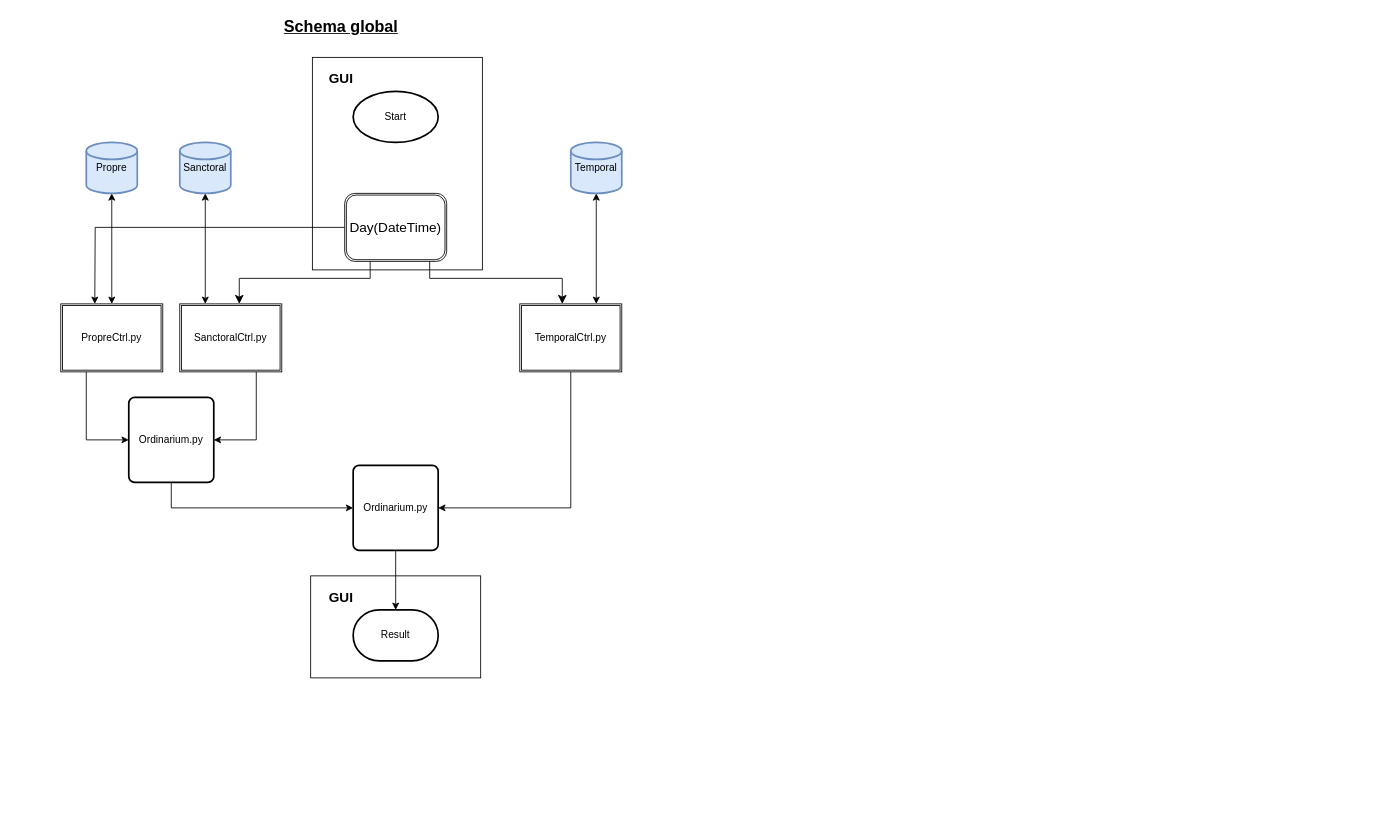
Before: doc/Core_initial.drawio in Eclouf/OrdoRomanum, a draw.io diagram. Source tidied: cells renumbered, new cells numbered last; positions are measured from the earlier drawing's top-left corner, leaving out a move shared by most shapes. Both pictures are drawn from the tidied source at 85%, with x=0, y=0 at pixel (60, 14).
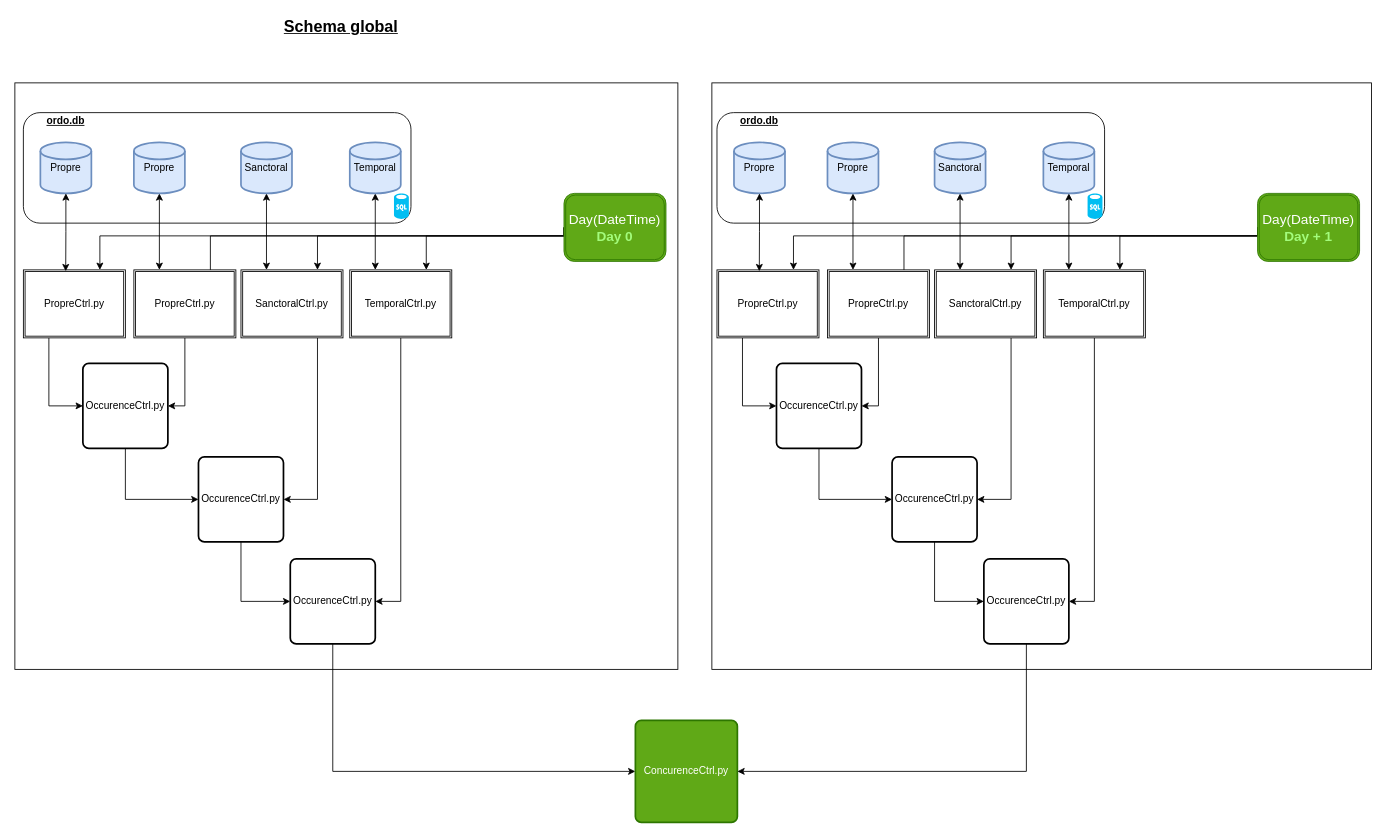
After the change.

What changed in the source:
```diff
@@
-    <mxCell id="2" style="rounded=0;whiteSpace=wrap;html=1;" parent="1" vertex="1">
-      <mxGeometry x="294" y="660" width="200" height="120" as="geometry" />
-    </mxCell>
-    <mxCell id="3" style="rounded=0;whiteSpace=wrap;html=1;" parent="1" vertex="1">
-      <mxGeometry x="296" y="50" width="200" height="250" as="geometry" />
-    </mxCell>
-    <mxCell id="4" style="edgeStyle=orthogonalEdgeStyle;rounded=0;jettySize=auto;html=1;exitX=0;exitY=0.5;exitDx=0;exitDy=0;" parent="1" edge="1" source="5">
-      <mxGeometry relative="1" as="geometry">
-        <mxPoint x="40" y="340" as="targetPoint" />
-      </mxGeometry>
-    </mxCell>
+    <mxCell id="31" style="rounded=0;whiteSpace=wrap;html=1;" parent="1" vertex="1">
+      <mxGeometry x="766" y="80" width="776" height="690" as="geometry" />
+    </mxCell>
+    <mxCell id="32" style="rounded=0;whiteSpace=wrap;html=1;" parent="1" vertex="1">
+      <mxGeometry x="-54" y="80" width="780" height="690" as="geometry" />
+    </mxCell>
+    <mxCell id="33" style="rounded=1;whiteSpace=wrap;html=1;fillColor=none;" parent="1" vertex="1">
+      <mxGeometry x="-44" y="115" width="456" height="130" as="geometry" />
+    </mxCell>
+    <mxCell id="34" style="edgeStyle=orthogonalEdgeStyle;rounded=0;orthogonalLoop=1;jettySize=auto;html=1;exitX=0;exitY=0.5;exitDx=0;exitDy=0;entryX=0.75;entryY=0;entryDx=0;entryDy=0;" parent="1" edge="1">
+      <mxGeometry relative="1" as="geometry">
+        <mxPoint x="592" y="260" as="sourcePoint" />
+        <mxPoint x="176" y="310" as="targetPoint" />
+        <Array as="points">
+          <mxPoint x="472" y="260" />
+          <mxPoint x="176" y="260" />
+        </Array>
+      </mxGeometry>
+    </mxCell>
+    <mxCell id="35" style="edgeStyle=orthogonalEdgeStyle;rounded=0;jettySize=auto;html=1;exitX=0;exitY=0.5;exitDx=0;exitDy=0;entryX=0.75;entryY=0;entryDx=0;entryDy=0;" parent="1" edge="1" source="5" target="45">
+      <mxGeometry relative="1" as="geometry">
+        <Array as="points">
+          <mxPoint x="592" y="260" />
+          <mxPoint x="46" y="260" />
+        </Array>
+      </mxGeometry>
+    </mxCell>
+    <mxCell id="36" style="edgeStyle=orthogonalEdgeStyle;rounded=0;jettySize=auto;html=1;exitX=0;exitY=0.5;exitDx=0;exitDy=0;entryX=0.75;entryY=0;entryDx=0;entryDy=0;" parent="1" edge="1" source="5" target="9">
+      <mxGeometry relative="1" as="geometry">
+        <Array as="points">
+          <mxPoint x="592" y="260" />
+          <mxPoint x="302" y="260" />
+        </Array>
+      </mxGeometry>
+    </mxCell>
+    <mxCell id="37" style="edgeStyle=orthogonalEdgeStyle;rounded=0;jettySize=auto;html=1;exitX=0;exitY=0.5;exitDx=0;exitDy=0;entryX=0.75;entryY=0;entryDx=0;entryDy=0;" parent="1" edge="1" source="5" target="11">
+      <mxGeometry relative="1" as="geometry">
+        <Array as="points">
+          <mxPoint x="592" y="260" />
+          <mxPoint x="430" y="260" />
+        </Array>
+      </mxGeometry>
+    </mxCell>
-    <mxCell id="5" value="&lt;font style=&quot;font-size: 16px;&quot;&gt;Day(DateTime)&lt;/font&gt;" style="shape=ext;double=1;rounded=1;whiteSpace=wrap;html=1;" parent="1" vertex="1">
-      <mxGeometry x="334" y="210" width="120" height="80" as="geometry" />
+    <mxCell id="5" value="&lt;font style=&quot;font-size: 16px;&quot;&gt;Day(DateTime)&lt;/font&gt;&lt;div&gt;&lt;font color=&quot;#a3fc7c&quot; style=&quot;font-size: 16px;&quot;&gt;&lt;b&gt;Day 0&lt;/b&gt;&lt;/font&gt;&lt;/div&gt;" style="shape=ext;double=1;rounded=1;whiteSpace=wrap;html=1;fillColor=#60a917;strokeColor=#2D7600;fontColor=#ffffff;" parent="1" vertex="1">
+      <mxGeometry x="592" y="210" width="120" height="80" as="geometry" />
     </mxCell>
-    <mxCell id="6" style="edgeStyle=elbowEdgeStyle;elbow=vertical;endArrow=classic;html=1;curved=0;rounded=0;endSize=8;startSize=8;exitX=0.25;exitY=1;exitDx=0;exitDy=0;" parent="1" edge="1" source="5">
-      <mxGeometry relative="1" as="geometry">
-        <mxPoint x="210" y="340" as="targetPoint" />
-        <Array as="points">
-          <mxPoint x="280" y="310" />
-        </Array>
-      </mxGeometry>
-    </mxCell>
-    <mxCell id="7" style="edgeStyle=elbowEdgeStyle;elbow=vertical;endArrow=classic;html=1;curved=0;rounded=0;endSize=8;startSize=8;exitX=0.25;exitY=1;exitDx=0;exitDy=0;" parent="1" edge="1">
-      <mxGeometry relative="1" as="geometry">
-        <mxPoint x="434" y="290" as="sourcePoint" />
-        <mxPoint x="590" y="340" as="targetPoint" />
-        <Array as="points">
-          <mxPoint x="510" y="310" />
-        </Array>
-      </mxGeometry>
-    </mxCell>
@@
     <mxCell id="9" value="SanctoralCtrl.py" style="shape=ext;double=1;rounded=0;whiteSpace=wrap;html=1;" parent="1" vertex="1">
-      <mxGeometry x="140" y="340" width="120" height="80" as="geometry" />
+      <mxGeometry x="212" y="300" width="120" height="80" as="geometry" />
     </mxCell>
@@
     <mxCell id="11" value="TemporalCtrl.py" style="shape=ext;double=1;rounded=0;whiteSpace=wrap;html=1;" parent="1" vertex="1">
-      <mxGeometry x="540" y="340" width="120" height="80" as="geometry" />
+      <mxGeometry x="340" y="300" width="120" height="80" as="geometry" />
     </mxCell>
-    <mxCell id="12" style="edgeStyle=orthogonalEdgeStyle;rounded=0;jettySize=auto;html=1;exitX=0.25;exitY=1;exitDx=0;exitDy=0;entryX=0;entryY=0.5;entryDx=0;entryDy=0;" parent="1" edge="1" source="13" target="23">
-      <mxGeometry relative="1" as="geometry" />
-    </mxCell>
+    <mxCell id="38" style="edgeStyle=orthogonalEdgeStyle;rounded=0;jettySize=auto;html=1;exitX=0.5;exitY=1;exitDx=0;exitDy=0;entryX=1;entryY=0.5;entryDx=0;entryDy=0;" parent="1" edge="1" source="13" target="48">
+      <mxGeometry relative="1" as="geometry" />
+    </mxCell>
     <mxCell id="13" value="PropreCtrl.py" style="shape=ext;double=1;rounded=0;whiteSpace=wrap;html=1;" parent="1" vertex="1">
-      <mxGeometry y="340" width="120" height="80" as="geometry" />
+      <mxGeometry x="86" y="300" width="120" height="80" as="geometry" />
     </mxCell>
-    <mxCell id="14" style="edgeStyle=orthogonalEdgeStyle;rounded=0;jettySize=auto;html=1;exitX=0.5;exitY=1;exitDx=0;exitDy=0;exitPerimeter=0;entryX=0.5;entryY=0;entryDx=0;entryDy=0;startArrow=classic;startFill=1;" parent="1" edge="1" source="15" target="13">
+    <mxCell id="14" style="edgeStyle=orthogonalEdgeStyle;rounded=0;jettySize=auto;html=1;exitX=0.5;exitY=1;exitDx=0;exitDy=0;exitPerimeter=0;entryX=0.25;entryY=0;entryDx=0;entryDy=0;startArrow=classic;startFill=1;" parent="1" edge="1" source="15" target="13">
       <mxGeometry relative="1" as="geometry" />
     </mxCell>
     <mxCell id="15" value="Propre" style="strokeWidth=2;html=1;shape=mxgraph.flowchart.database;whiteSpace=wrap;fillColor=#dae8fc;strokeColor=#6c8ebf;" parent="1" vertex="1">
-      <mxGeometry x="30" y="150" width="60" height="60" as="geometry" />
+      <mxGeometry x="86" y="150" width="60" height="60" as="geometry" />
     </mxCell>
@@
     <mxCell id="17" value="Sanctoral" style="strokeWidth=2;html=1;shape=mxgraph.flowchart.database;whiteSpace=wrap;fillColor=#dae8fc;strokeColor=#6c8ebf;" parent="1" vertex="1">
-      <mxGeometry x="140" y="150" width="60" height="60" as="geometry" />
+      <mxGeometry x="212" y="150" width="60" height="60" as="geometry" />
     </mxCell>
-    <mxCell id="18" style="edgeStyle=orthogonalEdgeStyle;rounded=0;jettySize=auto;html=1;exitX=0.5;exitY=1;exitDx=0;exitDy=0;exitPerimeter=0;entryX=0.75;entryY=0;entryDx=0;entryDy=0;startArrow=classic;startFill=1;" parent="1" edge="1" source="19" target="11">
+    <mxCell id="18" style="edgeStyle=orthogonalEdgeStyle;rounded=0;jettySize=auto;html=1;exitX=0.5;exitY=1;exitDx=0;exitDy=0;exitPerimeter=0;entryX=0.25;entryY=0;entryDx=0;entryDy=0;startArrow=classic;startFill=1;" parent="1" edge="1" source="19" target="11">
       <mxGeometry relative="1" as="geometry" />
     </mxCell>
     <mxCell id="19" value="Temporal" style="strokeWidth=2;html=1;shape=mxgraph.flowchart.database;whiteSpace=wrap;fillColor=#dae8fc;strokeColor=#6c8ebf;" parent="1" vertex="1">
-      <mxGeometry x="600" y="150" width="60" height="60" as="geometry" />
+      <mxGeometry x="340" y="150" width="60" height="60" as="geometry" />
     </mxCell>
@@
-    <mxCell id="23" value="Ordinarium.py" style="rounded=1;whiteSpace=wrap;html=1;absoluteArcSize=1;arcSize=14;strokeWidth=2;" parent="1" vertex="1">
-      <mxGeometry x="80" y="450" width="100" height="100" as="geometry" />
+    <mxCell id="23" value="OccurenceCtrl.py" style="rounded=1;whiteSpace=wrap;html=1;absoluteArcSize=1;arcSize=14;strokeWidth=2;" parent="1" vertex="1">
+      <mxGeometry x="162" y="520" width="100" height="100" as="geometry" />
     </mxCell>
-    <mxCell id="24" style="edgeStyle=orthogonalEdgeStyle;rounded=0;jettySize=auto;html=1;exitX=0.5;exitY=1;exitDx=0;exitDy=0;entryX=0.5;entryY=0;entryDx=0;entryDy=0;entryPerimeter=0;" parent="1" edge="1" source="25" target="27">
-      <mxGeometry relative="1" as="geometry" />
-    </mxCell>
+    <mxCell id="39" style="edgeStyle=orthogonalEdgeStyle;rounded=0;jettySize=auto;html=1;exitX=0.5;exitY=1;exitDx=0;exitDy=0;entryX=0;entryY=0.5;entryDx=0;entryDy=0;" parent="1" edge="1" source="25" target="41">
+      <mxGeometry relative="1" as="geometry" />
+    </mxCell>
-    <mxCell id="25" value="Ordinarium.py" style="rounded=1;whiteSpace=wrap;html=1;absoluteArcSize=1;arcSize=14;strokeWidth=2;" parent="1" vertex="1">
-      <mxGeometry x="344" y="530" width="100" height="100" as="geometry" />
+    <mxCell id="25" value="OccurenceCtrl.py" style="rounded=1;whiteSpace=wrap;html=1;absoluteArcSize=1;arcSize=14;strokeWidth=2;" parent="1" vertex="1">
+      <mxGeometry x="270" y="640" width="100" height="100" as="geometry" />
     </mxCell>
-    <mxCell id="26" value="Start" style="strokeWidth=2;html=1;shape=mxgraph.flowchart.start_1;whiteSpace=wrap;" parent="1" vertex="1">
-      <mxGeometry x="344" y="90" width="100" height="60" as="geometry" />
-    </mxCell>
-    <mxCell id="27" value="Result" style="strokeWidth=2;html=1;shape=mxgraph.flowchart.terminator;whiteSpace=wrap;" parent="1" vertex="1">
-      <mxGeometry x="344" y="700" width="100" height="60" as="geometry" />
-    </mxCell>
-    <mxCell id="28" value="&lt;font style=&quot;font-size: 16px;&quot;&gt;&lt;b&gt;GUI&lt;/b&gt;&lt;/font&gt;" style="text;html=1;align=center;verticalAlign=middle;whiteSpace=wrap;rounded=0;" parent="1" vertex="1">
-      <mxGeometry x="300" y="60" width="60" height="30" as="geometry" />
-    </mxCell>
-    <mxCell id="29" value="&lt;font style=&quot;font-size: 16px;&quot;&gt;&lt;b&gt;GUI&lt;/b&gt;&lt;/font&gt;" style="text;html=1;align=center;verticalAlign=middle;whiteSpace=wrap;rounded=0;" parent="1" vertex="1">
-      <mxGeometry x="300" y="670" width="60" height="30" as="geometry" />
-    </mxCell>
@@
+    <mxCell id="40" value="&lt;u&gt;&lt;b&gt;ordo.db&lt;/b&gt;&lt;/u&gt;" style="text;html=1;align=center;verticalAlign=middle;whiteSpace=wrap;rounded=0;" parent="1" vertex="1">
+      <mxGeometry x="-24" y="110" width="60" height="30" as="geometry" />
+    </mxCell>
+    <mxCell id="41" value="ConcurenceCtrl.py" style="rounded=1;whiteSpace=wrap;html=1;absoluteArcSize=1;arcSize=14;strokeWidth=2;fillColor=#60a917;fontColor=#ffffff;strokeColor=#2D7600;" parent="1" vertex="1">
+      <mxGeometry x="676" y="830" width="120" height="120" as="geometry" />
+    </mxCell>
+    <mxCell id="42" style="verticalLabelPosition=bottom;html=1;verticalAlign=top;align=center;strokeColor=none;fillColor=#00BEF2;shape=mxgraph.azure.sql_database;" parent="1" vertex="1">
+      <mxGeometry x="392" y="210" width="17.5" height="30" as="geometry" />
+    </mxCell>
+    <mxCell id="43" value="Propre" style="strokeWidth=2;html=1;shape=mxgraph.flowchart.database;whiteSpace=wrap;fillColor=#dae8fc;strokeColor=#6c8ebf;" parent="1" vertex="1">
+      <mxGeometry x="-24" y="150" width="60" height="60" as="geometry" />
+    </mxCell>
+    <mxCell id="44" style="edgeStyle=orthogonalEdgeStyle;rounded=0;jettySize=auto;html=1;exitX=0.25;exitY=1;exitDx=0;exitDy=0;entryX=0;entryY=0.5;entryDx=0;entryDy=0;" parent="1" edge="1" source="45" target="48">
+      <mxGeometry relative="1" as="geometry" />
+    </mxCell>
+    <mxCell id="45" value="PropreCtrl.py" style="shape=ext;double=1;rounded=0;whiteSpace=wrap;html=1;" parent="1" vertex="1">
+      <mxGeometry x="-44" y="300" width="120" height="80" as="geometry" />
+    </mxCell>
+    <mxCell id="46" style="edgeStyle=orthogonalEdgeStyle;rounded=0;jettySize=auto;html=1;exitX=0.5;exitY=1;exitDx=0;exitDy=0;exitPerimeter=0;entryX=0.415;entryY=0.02;entryDx=0;entryDy=0;entryPerimeter=0;startArrow=classic;startFill=1;" parent="1" edge="1" source="43" target="45">
+      <mxGeometry relative="1" as="geometry" />
+    </mxCell>
+    <mxCell id="47" style="edgeStyle=orthogonalEdgeStyle;rounded=0;jettySize=auto;html=1;exitX=0.5;exitY=1;exitDx=0;exitDy=0;entryX=0;entryY=0.5;entryDx=0;entryDy=0;" parent="1" edge="1" source="48" target="23">
+      <mxGeometry relative="1" as="geometry" />
+    </mxCell>
+    <mxCell id="48" value="OccurenceCtrl.py" style="rounded=1;whiteSpace=wrap;html=1;absoluteArcSize=1;arcSize=14;strokeWidth=2;" parent="1" vertex="1">
+      <mxGeometry x="26" y="410" width="100" height="100" as="geometry" />
+    </mxCell>
+    <mxCell id="49" style="rounded=1;whiteSpace=wrap;html=1;fillColor=none;" parent="1" vertex="1">
+      <mxGeometry x="772" y="115" width="456" height="130" as="geometry" />
+    </mxCell>
+    <mxCell id="50" style="edgeStyle=orthogonalEdgeStyle;rounded=0;orthogonalLoop=1;jettySize=auto;html=1;exitX=0;exitY=0.5;exitDx=0;exitDy=0;entryX=0.75;entryY=0;entryDx=0;entryDy=0;" parent="1" edge="1">
+      <mxGeometry relative="1" as="geometry">
+        <mxPoint x="1408" y="260" as="sourcePoint" />
+        <mxPoint x="992" y="310" as="targetPoint" />
+        <Array as="points">
+          <mxPoint x="1288" y="260" />
+          <mxPoint x="992" y="260" />
+        </Array>
+      </mxGeometry>
+    </mxCell>
+    <mxCell id="51" style="edgeStyle=orthogonalEdgeStyle;rounded=0;jettySize=auto;html=1;exitX=0;exitY=0.5;exitDx=0;exitDy=0;entryX=0.75;entryY=0;entryDx=0;entryDy=0;" parent="1" edge="1" source="54" target="77">
+      <mxGeometry relative="1" as="geometry">
+        <Array as="points">
+          <mxPoint x="1408" y="260" />
+          <mxPoint x="862" y="260" />
+        </Array>
+      </mxGeometry>
+    </mxCell>
+    <mxCell id="52" style="edgeStyle=orthogonalEdgeStyle;rounded=0;jettySize=auto;html=1;exitX=0;exitY=0.5;exitDx=0;exitDy=0;entryX=0.75;entryY=0;entryDx=0;entryDy=0;" parent="1" edge="1" source="54" target="56">
+      <mxGeometry relative="1" as="geometry">
+        <Array as="points">
+          <mxPoint x="1408" y="260" />
+          <mxPoint x="1118" y="260" />
+        </Array>
+      </mxGeometry>
+    </mxCell>
+    <mxCell id="53" style="edgeStyle=orthogonalEdgeStyle;rounded=0;jettySize=auto;html=1;exitX=0;exitY=0.5;exitDx=0;exitDy=0;entryX=0.75;entryY=0;entryDx=0;entryDy=0;" parent="1" edge="1" source="54" target="58">
+      <mxGeometry relative="1" as="geometry">
+        <Array as="points">
+          <mxPoint x="1408" y="260" />
+          <mxPoint x="1246" y="260" />
+        </Array>
+      </mxGeometry>
+    </mxCell>
+    <mxCell id="54" value="&lt;font style=&quot;font-size: 16px;&quot;&gt;Day(DateTime)&lt;/font&gt;&lt;div&gt;&lt;font color=&quot;#a3fc7c&quot; style=&quot;font-size: 16px;&quot;&gt;&lt;b&gt;Day + 1&lt;/b&gt;&lt;/font&gt;&lt;/div&gt;" style="shape=ext;double=1;rounded=1;whiteSpace=wrap;html=1;fillColor=#60a917;strokeColor=#2D7600;fontColor=#ffffff;" parent="1" vertex="1">
+      <mxGeometry x="1408" y="210" width="120" height="80" as="geometry" />
+    </mxCell>
+    <mxCell id="55" style="edgeStyle=orthogonalEdgeStyle;rounded=0;jettySize=auto;html=1;exitX=0.75;exitY=1;exitDx=0;exitDy=0;entryX=1;entryY=0.5;entryDx=0;entryDy=0;" parent="1" edge="1" source="56" target="70">
+      <mxGeometry relative="1" as="geometry" />
+    </mxCell>
+    <mxCell id="56" value="SanctoralCtrl.py" style="shape=ext;double=1;rounded=0;whiteSpace=wrap;html=1;" parent="1" vertex="1">
+      <mxGeometry x="1028" y="300" width="120" height="80" as="geometry" />
+    </mxCell>
+    <mxCell id="57" style="edgeStyle=orthogonalEdgeStyle;rounded=0;jettySize=auto;html=1;exitX=0.5;exitY=1;exitDx=0;exitDy=0;entryX=1;entryY=0.5;entryDx=0;entryDy=0;" parent="1" edge="1" source="58" target="72">
+      <mxGeometry relative="1" as="geometry" />
+    </mxCell>
+    <mxCell id="58" value="TemporalCtrl.py" style="shape=ext;double=1;rounded=0;whiteSpace=wrap;html=1;" parent="1" vertex="1">
+      <mxGeometry x="1156" y="300" width="120" height="80" as="geometry" />
+    </mxCell>
+    <mxCell id="59" style="edgeStyle=orthogonalEdgeStyle;rounded=0;jettySize=auto;html=1;exitX=0.5;exitY=1;exitDx=0;exitDy=0;entryX=1;entryY=0.5;entryDx=0;entryDy=0;" parent="1" edge="1" source="60" target="80">
+      <mxGeometry relative="1" as="geometry" />
+    </mxCell>
+    <mxCell id="60" value="PropreCtrl.py" style="shape=ext;double=1;rounded=0;whiteSpace=wrap;html=1;" parent="1" vertex="1">
+      <mxGeometry x="902" y="300" width="120" height="80" as="geometry" />
+    </mxCell>
+    <mxCell id="61" style="edgeStyle=orthogonalEdgeStyle;rounded=0;jettySize=auto;html=1;exitX=0.5;exitY=1;exitDx=0;exitDy=0;exitPerimeter=0;entryX=0.25;entryY=0;entryDx=0;entryDy=0;startArrow=classic;startFill=1;" parent="1" edge="1" source="62" target="60">
+      <mxGeometry relative="1" as="geometry" />
+    </mxCell>
+    <mxCell id="62" value="Propre" style="strokeWidth=2;html=1;shape=mxgraph.flowchart.database;whiteSpace=wrap;fillColor=#dae8fc;strokeColor=#6c8ebf;" parent="1" vertex="1">
+      <mxGeometry x="902" y="150" width="60" height="60" as="geometry" />
+    </mxCell>
+    <mxCell id="63" style="edgeStyle=orthogonalEdgeStyle;rounded=0;jettySize=auto;html=1;exitX=0.5;exitY=1;exitDx=0;exitDy=0;exitPerimeter=0;entryX=0.25;entryY=0;entryDx=0;entryDy=0;startArrow=classic;startFill=1;" parent="1" edge="1" source="64" target="56">
+      <mxGeometry relative="1" as="geometry" />
+    </mxCell>
+    <mxCell id="64" value="Sanctoral" style="strokeWidth=2;html=1;shape=mxgraph.flowchart.database;whiteSpace=wrap;fillColor=#dae8fc;strokeColor=#6c8ebf;" parent="1" vertex="1">
+      <mxGeometry x="1028" y="150" width="60" height="60" as="geometry" />
+    </mxCell>
+    <mxCell id="65" style="edgeStyle=orthogonalEdgeStyle;rounded=0;jettySize=auto;html=1;exitX=0.5;exitY=1;exitDx=0;exitDy=0;exitPerimeter=0;entryX=0.25;entryY=0;entryDx=0;entryDy=0;startArrow=classic;startFill=1;" parent="1" edge="1" source="66" target="58">
+      <mxGeometry relative="1" as="geometry" />
+    </mxCell>
+    <mxCell id="66" value="Temporal" style="strokeWidth=2;html=1;shape=mxgraph.flowchart.database;whiteSpace=wrap;fillColor=#dae8fc;strokeColor=#6c8ebf;" parent="1" vertex="1">
+      <mxGeometry x="1156" y="150" width="60" height="60" as="geometry" />
+    </mxCell>
+    <mxCell id="67" style="edgeStyle=orthogonalEdgeStyle;rounded=0;orthogonalLoop=1;jettySize=auto;html=1;exitX=0.5;exitY=1;exitDx=0;exitDy=0;exitPerimeter=0;" parent="1" edge="1" source="66" target="66">
+      <mxGeometry relative="1" as="geometry" />
+    </mxCell>
+    <mxCell id="68" style="edgeStyle=orthogonalEdgeStyle;rounded=0;orthogonalLoop=1;jettySize=auto;html=1;exitX=0.5;exitY=1;exitDx=0;exitDy=0;exitPerimeter=0;" parent="1" edge="1" source="64" target="64">
+      <mxGeometry relative="1" as="geometry" />
+    </mxCell>
+    <mxCell id="69" style="edgeStyle=orthogonalEdgeStyle;rounded=0;jettySize=auto;html=1;exitX=0.5;exitY=1;exitDx=0;exitDy=0;entryX=0;entryY=0.5;entryDx=0;entryDy=0;" parent="1" edge="1" source="70" target="72">
+      <mxGeometry relative="1" as="geometry" />
+    </mxCell>
+    <mxCell id="70" value="OccurenceCtrl.py" style="rounded=1;whiteSpace=wrap;html=1;absoluteArcSize=1;arcSize=14;strokeWidth=2;" parent="1" vertex="1">
+      <mxGeometry x="978" y="520" width="100" height="100" as="geometry" />
+    </mxCell>
+    <mxCell id="71" style="edgeStyle=orthogonalEdgeStyle;rounded=0;jettySize=auto;html=1;exitX=0.5;exitY=1;exitDx=0;exitDy=0;entryX=1;entryY=0.5;entryDx=0;entryDy=0;" parent="1" edge="1" source="72" target="41">
+      <mxGeometry relative="1" as="geometry" />
+    </mxCell>
+    <mxCell id="72" value="OccurenceCtrl.py" style="rounded=1;whiteSpace=wrap;html=1;absoluteArcSize=1;arcSize=14;strokeWidth=2;" parent="1" vertex="1">
+      <mxGeometry x="1086" y="640" width="100" height="100" as="geometry" />
+    </mxCell>
+    <mxCell id="73" value="&lt;u&gt;&lt;b&gt;ordo.db&lt;/b&gt;&lt;/u&gt;" style="text;html=1;align=center;verticalAlign=middle;whiteSpace=wrap;rounded=0;" parent="1" vertex="1">
+      <mxGeometry x="792" y="110" width="60" height="30" as="geometry" />
+    </mxCell>
+    <mxCell id="74" style="verticalLabelPosition=bottom;html=1;verticalAlign=top;align=center;strokeColor=none;fillColor=#00BEF2;shape=mxgraph.azure.sql_database;" parent="1" vertex="1">
+      <mxGeometry x="1208" y="210" width="17.5" height="30" as="geometry" />
+    </mxCell>
+    <mxCell id="75" value="Propre" style="strokeWidth=2;html=1;shape=mxgraph.flowchart.database;whiteSpace=wrap;fillColor=#dae8fc;strokeColor=#6c8ebf;" parent="1" vertex="1">
+      <mxGeometry x="792" y="150" width="60" height="60" as="geometry" />
+    </mxCell>
+    <mxCell id="76" style="edgeStyle=orthogonalEdgeStyle;rounded=0;jettySize=auto;html=1;exitX=0.25;exitY=1;exitDx=0;exitDy=0;entryX=0;entryY=0.5;entryDx=0;entryDy=0;" parent="1" edge="1" source="77" target="80">
+      <mxGeometry relative="1" as="geometry" />
+    </mxCell>
+    <mxCell id="77" value="PropreCtrl.py" style="shape=ext;double=1;rounded=0;whiteSpace=wrap;html=1;" parent="1" vertex="1">
+      <mxGeometry x="772" y="300" width="120" height="80" as="geometry" />
+    </mxCell>
+    <mxCell id="78" style="edgeStyle=orthogonalEdgeStyle;rounded=0;jettySize=auto;html=1;exitX=0.5;exitY=1;exitDx=0;exitDy=0;exitPerimeter=0;entryX=0.415;entryY=0.02;entryDx=0;entryDy=0;entryPerimeter=0;startArrow=classic;startFill=1;" parent="1" edge="1" source="75" target="77">
+      <mxGeometry relative="1" as="geometry" />
+    </mxCell>
+    <mxCell id="79" style="edgeStyle=orthogonalEdgeStyle;rounded=0;jettySize=auto;html=1;exitX=0.5;exitY=1;exitDx=0;exitDy=0;entryX=0;entryY=0.5;entryDx=0;entryDy=0;" parent="1" edge="1" source="80" target="70">
+      <mxGeometry relative="1" as="geometry" />
+    </mxCell>
+    <mxCell id="80" value="OccurenceCtrl.py" style="rounded=1;whiteSpace=wrap;html=1;absoluteArcSize=1;arcSize=14;strokeWidth=2;" parent="1" vertex="1">
+      <mxGeometry x="842" y="410" width="100" height="100" as="geometry" />
+    </mxCell>
```
